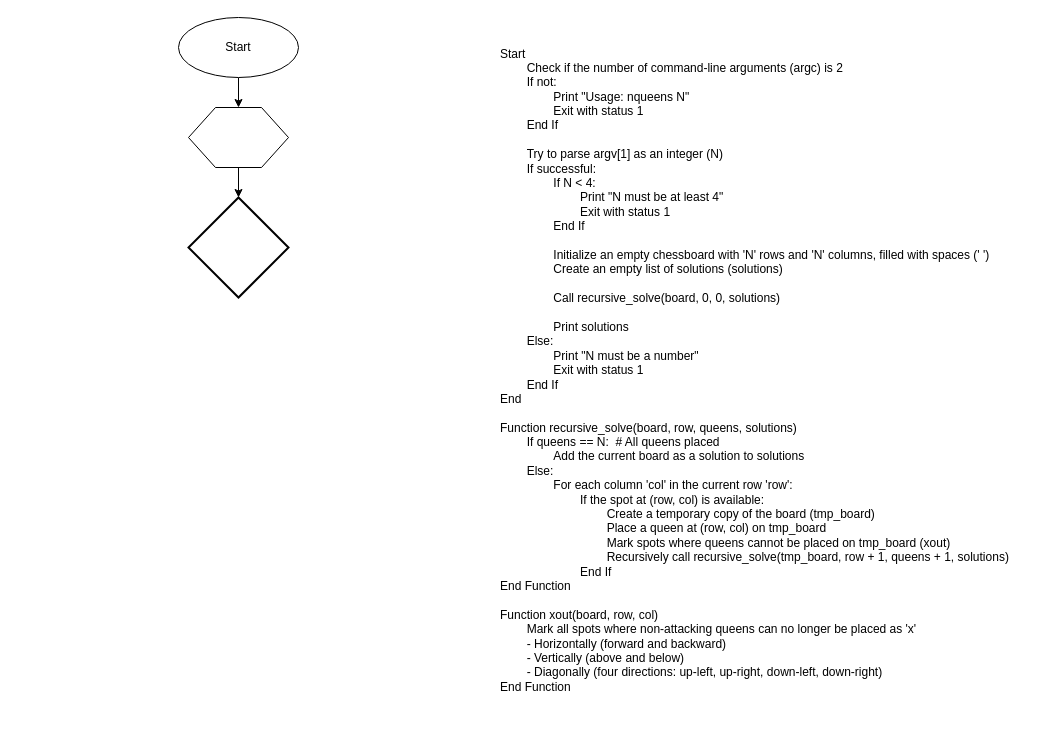
Earlier version of the draw.io diagram 0x08-python-more_classes/101-nqueens.drawio (lawalTheWest/alx-higher_level_programming). Source tidied: cells renumbered, new cells numbered last; positions are measured from the earlier drawing's top-left corner, leaving out a move shared by most shapes. Both pictures are drawn from the tidied source at 100%, with x=0, y=0 at pixel (178, 17).
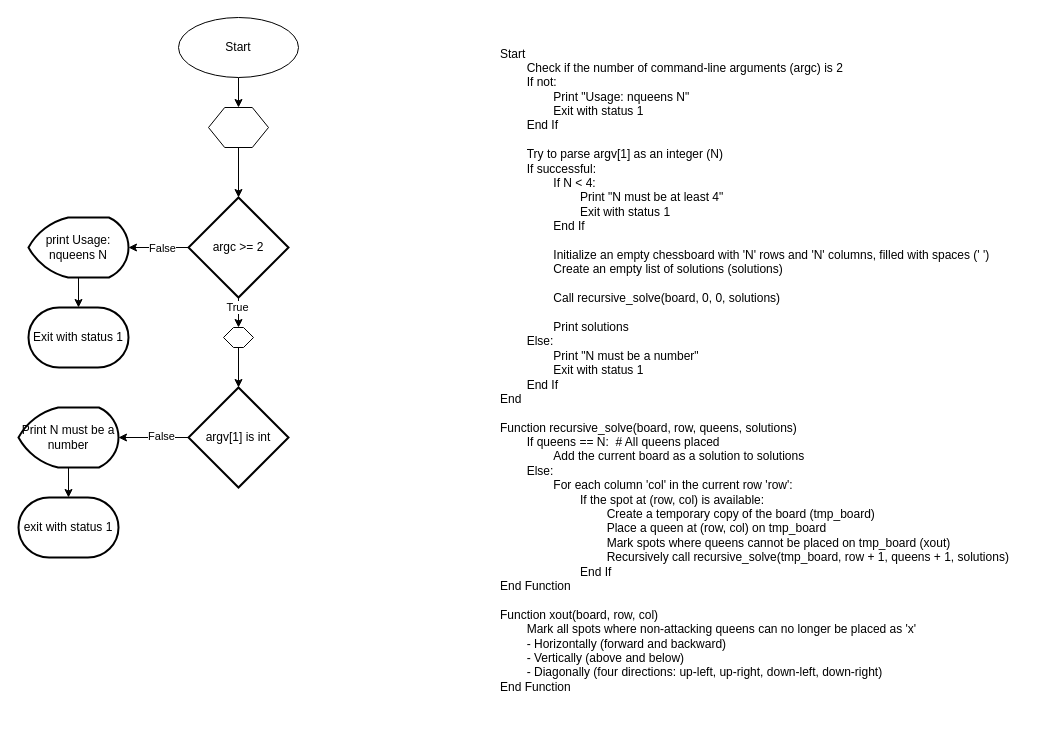
Above is the later version.

The edit, as a diff of the source:
```diff
@@
     <mxCell id="6" style="verticalLabelPosition=bottom;verticalAlign=top;html=1;shape=hexagon;perimeter=hexagonPerimeter2;arcSize=6;size=0.27;" parent="1" vertex="1">
-      <mxGeometry x="10" y="90" width="100" height="60" as="geometry" />
+      <mxGeometry x="30" y="90" width="60" height="40" as="geometry" />
     </mxCell>
+    <mxCell id="8" style="edgeStyle=orthogonalEdgeStyle;rounded=0;jettySize=auto;html=1;" parent="1" edge="1" source="7" target="13">
+      <mxGeometry relative="1" as="geometry" />
+    </mxCell>
+    <mxCell id="9" value="False" style="edgeLabel;html=1;align=center;verticalAlign=middle;" parent="8" vertex="1">
+      <mxGeometry x="-0.1" relative="1" as="geometry" />
+    </mxCell>
+    <mxCell id="10" style="edgeStyle=orthogonalEdgeStyle;rounded=0;jettySize=auto;html=1;" parent="1" edge="1" source="7" target="16">
+      <mxGeometry relative="1" as="geometry" />
+    </mxCell>
+    <mxCell id="11" value="True" style="edgeLabel;html=1;align=center;verticalAlign=middle;" parent="10" vertex="1">
+      <mxGeometry x="-0.64" y="-2" relative="1" as="geometry" />
+    </mxCell>
-    <mxCell id="7" style="strokeWidth=2;html=1;shape=mxgraph.flowchart.decision;whiteSpace=wrap;" parent="1" vertex="1">
+    <mxCell id="7" value="argc &amp;gt;= 2" style="strokeWidth=2;html=1;shape=mxgraph.flowchart.decision;whiteSpace=wrap;" parent="1" vertex="1">
       <mxGeometry x="10" y="180" width="100" height="100" as="geometry" />
     </mxCell>
+    <mxCell id="12" style="edgeStyle=orthogonalEdgeStyle;rounded=0;jettySize=auto;html=1;" parent="1" edge="1" source="13" target="14">
+      <mxGeometry relative="1" as="geometry" />
+    </mxCell>
+    <mxCell id="13" value="print Usage: nqueens N" style="strokeWidth=2;html=1;shape=mxgraph.flowchart.display;whiteSpace=wrap;" parent="1" vertex="1">
+      <mxGeometry x="-150" y="200" width="100" height="60" as="geometry" />
+    </mxCell>
+    <mxCell id="14" value="Exit with status 1" style="strokeWidth=2;html=1;shape=mxgraph.flowchart.terminator;whiteSpace=wrap;" parent="1" vertex="1">
+      <mxGeometry x="-150" y="290" width="100" height="60" as="geometry" />
+    </mxCell>
+    <mxCell id="15" style="edgeStyle=orthogonalEdgeStyle;rounded=0;jettySize=auto;html=1;" parent="1" edge="1" source="16" target="19">
+      <mxGeometry relative="1" as="geometry" />
+    </mxCell>
+    <mxCell id="16" style="verticalLabelPosition=bottom;verticalAlign=top;html=1;shape=hexagon;perimeter=hexagonPerimeter2;arcSize=6;size=0.3333333333333333;" parent="1" vertex="1">
+      <mxGeometry x="45" y="310" width="30" height="20" as="geometry" />
+    </mxCell>
+    <mxCell id="17" style="edgeStyle=orthogonalEdgeStyle;rounded=0;jettySize=auto;html=1;" parent="1" edge="1" source="19" target="21">
+      <mxGeometry relative="1" as="geometry" />
+    </mxCell>
+    <mxCell id="18" value="False" style="edgeLabel;html=1;align=center;verticalAlign=middle;" parent="17" vertex="1">
+      <mxGeometry x="-0.2" y="-2" relative="1" as="geometry" />
+    </mxCell>
+    <mxCell id="19" value="argv[1] is int" style="strokeWidth=2;html=1;shape=mxgraph.flowchart.decision;whiteSpace=wrap;" parent="1" vertex="1">
+      <mxGeometry x="10" y="370" width="100" height="100" as="geometry" />
+    </mxCell>
+    <mxCell id="20" style="edgeStyle=orthogonalEdgeStyle;rounded=0;jettySize=auto;html=1;" parent="1" edge="1" source="21" target="22">
+      <mxGeometry relative="1" as="geometry" />
+    </mxCell>
+    <mxCell id="21" value="Print N must be a number" style="strokeWidth=2;html=1;shape=mxgraph.flowchart.display;whiteSpace=wrap;" parent="1" vertex="1">
+      <mxGeometry x="-160" y="390" width="100" height="60" as="geometry" />
+    </mxCell>
+    <mxCell id="22" value="exit with status 1" style="strokeWidth=2;html=1;shape=mxgraph.flowchart.terminator;whiteSpace=wrap;" parent="1" vertex="1">
+      <mxGeometry x="-160" y="480" width="100" height="60" as="geometry" />
+    </mxCell>
```
